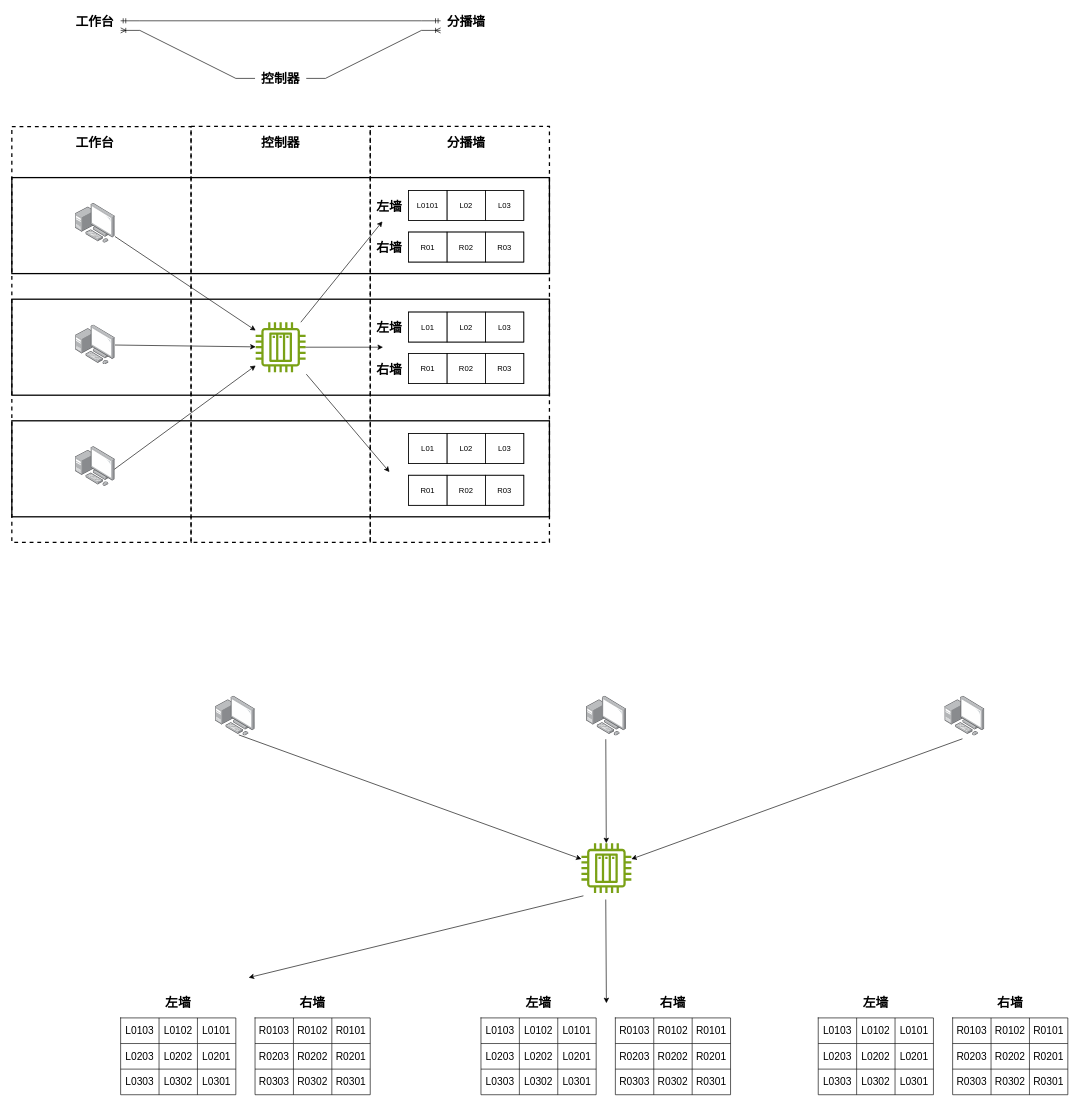
Before: page "工作台-控制器-分播墙-格口关系" (6 of 7) of diagrams/电子标签.drawio in libo9527/static, a draw.io diagram. Source tidied: cells renumbered, new cells numbered last; positions are measured from the earlier drawing's top-left corner, leaving out a move shared by most shapes. Both pictures are drawn from the tidied source at 64%, with x=0, y=0 at pixel (12, 11).
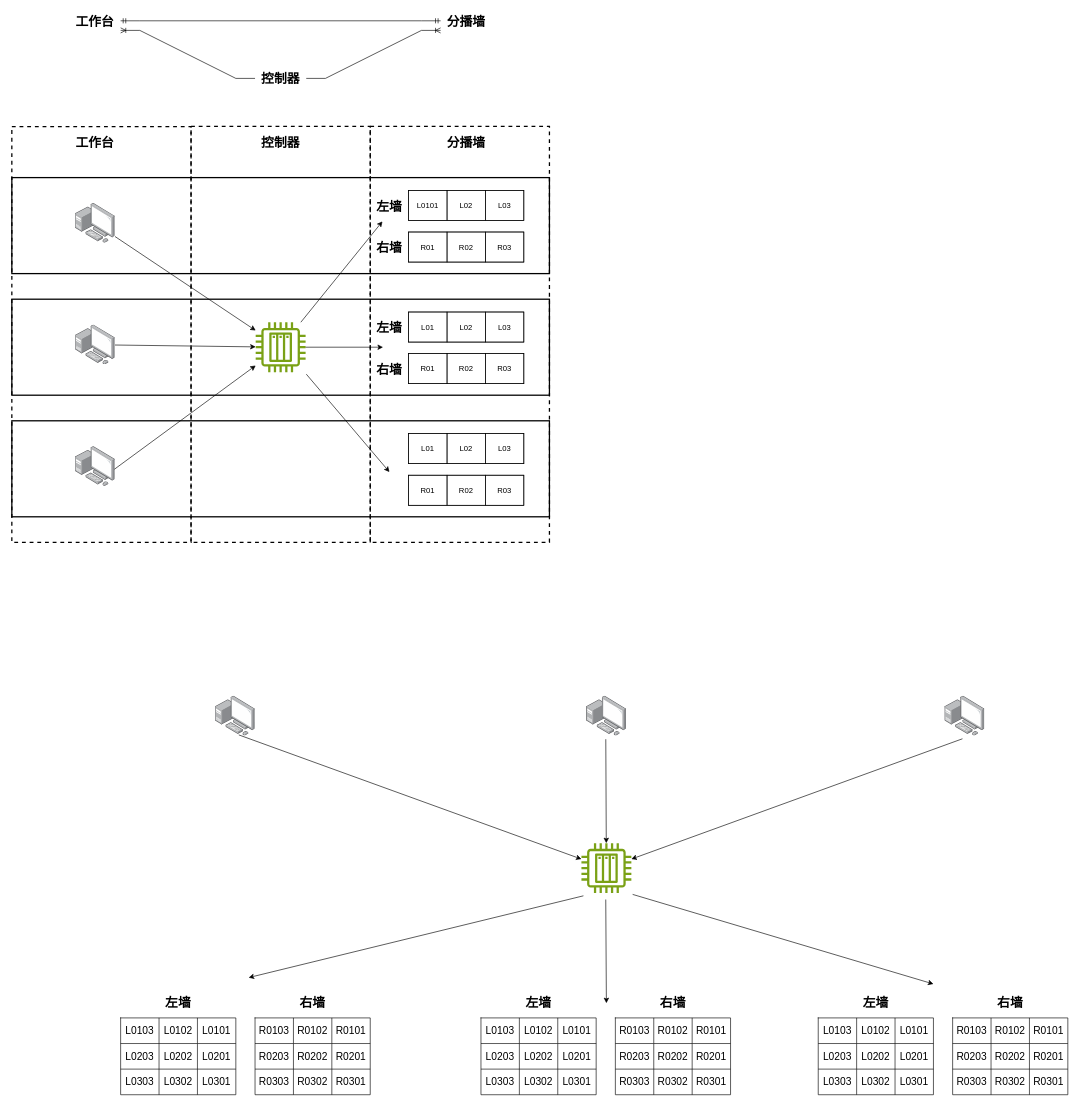
The same diagram, later.

Commit message (it also covers changes not shown here):
更新电子标签.drawio

Change to the diagram source:
```diff
@@
+    <mxCell id="154" style="endArrow=classic;html=1;rounded=0;" parent="1" edge="1">
+      <mxGeometry relative="1" as="geometry">
+        <mxPoint x="970" y="1380" as="sourcePoint" />
+        <mxPoint x="1440" y="1520" as="targetPoint" />
+      </mxGeometry>
+    </mxCell>
```
